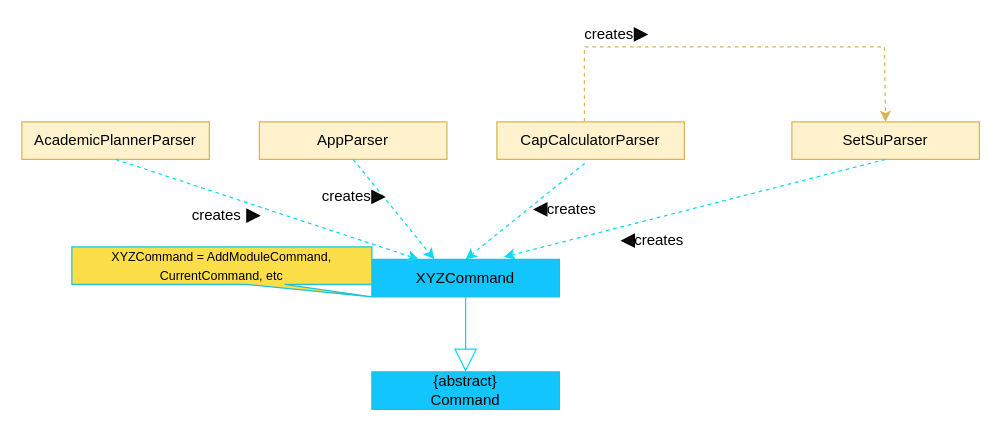
The draw.io diagram docs/base/Parser_architecture.drawio in vanessa-kang/tp, before the edit. Source tidied: cells renumbered, new cells numbered last; positions are measured from the earlier drawing's top-left corner, leaving out a move shared by most shapes. Both pictures are drawn from the tidied source at 125%, with x=0, y=0 at pixel (21, 21).
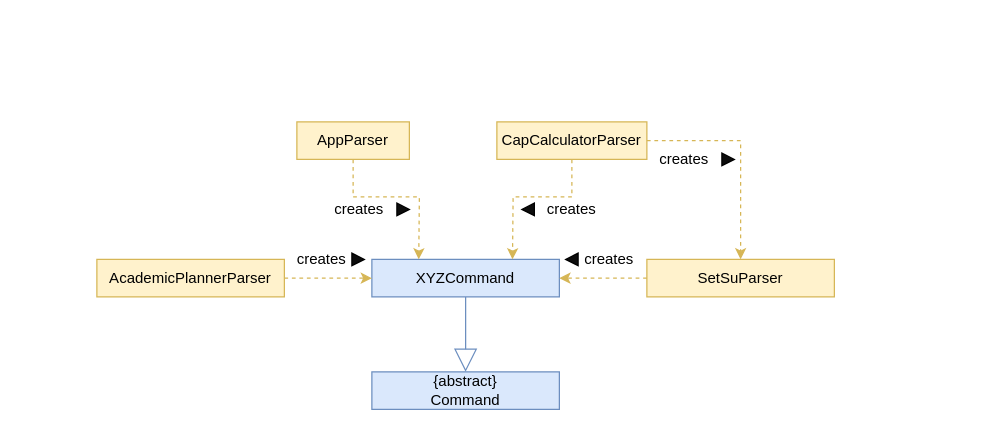
Above is the later version.

Commit message (it also covers changes not shown here):
Updated DG Diagram and PPP

Change to the diagram source:
```diff
@@
     <mxCell id="2" value="AppParser" style="rounded=0;whiteSpace=wrap;html=1;fillColor=#fff2cc;strokeColor=#d6b656;" parent="1" vertex="1">
-      <mxGeometry x="190" y="80" width="150" height="30" as="geometry" />
+      <mxGeometry x="220" y="80" width="90" height="30" as="geometry" />
     </mxCell>
     <mxCell id="3" value="AcademicPlannerParser" style="rounded=0;whiteSpace=wrap;html=1;fillColor=#fff2cc;strokeColor=#d6b656;" parent="1" vertex="1">
-      <mxGeometry y="80" width="150" height="30" as="geometry" />
+      <mxGeometry x="60" y="190" width="150" height="30" as="geometry" />
     </mxCell>
     <mxCell id="4" value="CapCalculatorParser" style="rounded=0;whiteSpace=wrap;html=1;fillColor=#fff2cc;strokeColor=#d6b656;" parent="1" vertex="1">
-      <mxGeometry x="380" y="80" width="150" height="30" as="geometry" />
+      <mxGeometry x="380" y="80" width="120" height="30" as="geometry" />
     </mxCell>
     <mxCell id="5" value="SetSuParser" style="rounded=0;whiteSpace=wrap;html=1;fillColor=#fff2cc;strokeColor=#d6b656;" parent="1" vertex="1">
-      <mxGeometry x="616" y="80" width="150" height="30" as="geometry" />
+      <mxGeometry x="500" y="190" width="150" height="30" as="geometry" />
     </mxCell>
-    <mxCell id="6" style="endArrow=classic;html=1;dashed=1;entryX=0.5;entryY=0;entryDx=0;entryDy=0;rounded=0;fillColor=#fff2cc;strokeColor=#d6b656;exitX=0.467;exitY=-0.012;exitDx=0;exitDy=0;exitPerimeter=0;" parent="1" edge="1" source="4" target="5">
+    <mxCell id="6" style="endArrow=classic;html=1;dashed=1;entryX=0.5;entryY=0;entryDx=0;entryDy=0;rounded=0;fillColor=#fff2cc;strokeColor=#d6b656;exitX=1;exitY=0.5;exitDx=0;exitDy=0;" parent="1" edge="1" source="4" target="5">
       <mxGeometry relative="1" as="geometry">
         <Array as="points">
-          <mxPoint x="450" y="20" />
-          <mxPoint x="690" y="20" />
+          <mxPoint x="575" y="95" />
         </Array>
       </mxGeometry>
     </mxCell>
-    <mxCell id="7" value="XYZCommand" style="rounded=0;whiteSpace=wrap;html=1;fillColor=#12C5FC;strokeColor=#1CC3D6;" parent="1" vertex="1">
+    <mxCell id="7" value="XYZCommand" style="rounded=0;whiteSpace=wrap;html=1;fillColor=#dae8fc;strokeColor=#6c8ebf;" parent="1" vertex="1">
       <mxGeometry x="280" y="190" width="150" height="30" as="geometry" />
     </mxCell>
-    <mxCell id="8" style="endArrow=classic;html=1;dashed=1;entryX=0.5;entryY=0;entryDx=0;entryDy=0;rounded=0;fillColor=#12E7FF;strokeColor=#0ED9F0;exitX=0.469;exitY=1.104;exitDx=0;exitDy=0;exitPerimeter=0;" parent="1" edge="1" source="4" target="7">
-      <mxGeometry relative="1" as="geometry" />
+    <mxCell id="8" style="endArrow=classic;html=1;dashed=1;rounded=0;fillColor=#fff2cc;strokeColor=#d6b656;exitX=0.5;exitY=1;exitDx=0;exitDy=0;entryX=0.75;entryY=0;entryDx=0;entryDy=0;" parent="1" edge="1" source="4" target="7">
+      <mxGeometry relative="1" as="geometry">
+        <Array as="points">
+          <mxPoint x="440" y="140" />
+          <mxPoint x="393" y="140" />
+        </Array>
+      </mxGeometry>
     </mxCell>
-    <mxCell id="9" style="endArrow=classic;html=1;dashed=1;entryX=0.704;entryY=-0.064;entryDx=0;entryDy=0;rounded=0;fillColor=#12E7FF;strokeColor=#0ED9F0;exitX=0.5;exitY=1;exitDx=0;exitDy=0;entryPerimeter=0;" parent="1" edge="1" source="5" target="7">
+    <mxCell id="9" style="endArrow=classic;html=1;dashed=1;entryX=1;entryY=0.5;entryDx=0;entryDy=0;rounded=0;fillColor=#fff2cc;strokeColor=#d6b656;exitX=0;exitY=0.5;exitDx=0;exitDy=0;" parent="1" edge="1" source="5" target="7">
       <mxGeometry relative="1" as="geometry" />
     </mxCell>
-    <mxCell id="10" style="endArrow=classic;html=1;dashed=1;entryX=0.5;entryY=0;entryDx=0;entryDy=0;rounded=0;fillColor=#12E7FF;strokeColor=#0ED9F0;exitX=0.5;exitY=1;exitDx=0;exitDy=0;" parent="1" edge="1" source="2">
+    <mxCell id="10" style="endArrow=classic;html=1;dashed=1;entryX=0.25;entryY=0;entryDx=0;entryDy=0;rounded=0;fillColor=#fff2cc;strokeColor=#d6b656;exitX=0.5;exitY=1;exitDx=0;exitDy=0;" parent="1" edge="1" source="2" target="7">
       <mxGeometry relative="1" as="geometry">
-        <mxPoint x="330" y="190" as="targetPoint" />
+        <Array as="points">
+          <mxPoint x="265" y="140" />
+          <mxPoint x="318" y="140" />
+        </Array>
       </mxGeometry>
     </mxCell>
-    <mxCell id="11" style="endArrow=classic;html=1;dashed=1;entryX=0.25;entryY=0;entryDx=0;entryDy=0;rounded=0;fillColor=#12E7FF;strokeColor=#0ED9F0;exitX=0.5;exitY=1;exitDx=0;exitDy=0;" parent="1" edge="1" source="3" target="7">
+    <mxCell id="11" style="endArrow=classic;html=1;dashed=1;entryX=0;entryY=0.5;entryDx=0;entryDy=0;rounded=0;fillColor=#fff2cc;strokeColor=#d6b656;exitX=1;exitY=0.5;exitDx=0;exitDy=0;" parent="1" edge="1" source="3" target="7">
       <mxGeometry relative="1" as="geometry" />
     </mxCell>
     <mxCell id="12" style="triangle;whiteSpace=wrap;html=1;fillColor=#0D0D0D;" parent="1" vertex="1">
-      <mxGeometry x="180" y="150" width="10" height="10" as="geometry" />
+      <mxGeometry x="264" y="185" width="10" height="10" as="geometry" />
     </mxCell>
     <mxCell id="13" value="creates" style="text;html=1;strokeColor=none;fillColor=none;align=center;verticalAlign=middle;whiteSpace=wrap;rounded=0;" parent="1" vertex="1">
-      <mxGeometry x="136" y="145" width="40" height="20" as="geometry" />
+      <mxGeometry x="220" y="180" width="40" height="20" as="geometry" />
     </mxCell>
     <mxCell id="14" value="creates" style="text;html=1;strokeColor=none;fillColor=none;align=center;verticalAlign=middle;whiteSpace=wrap;rounded=0;" parent="1" vertex="1">
-      <mxGeometry x="450" width="40" height="20" as="geometry" />
+      <mxGeometry x="510" y="100" width="40" height="20" as="geometry" />
     </mxCell>
     <mxCell id="15" value="creates" style="text;html=1;strokeColor=none;fillColor=none;align=center;verticalAlign=middle;whiteSpace=wrap;rounded=0;" parent="1" vertex="1">
-      <mxGeometry x="490" y="165" width="40" height="20" as="geometry" />
+      <mxGeometry x="450" y="185" width="40" height="10" as="geometry" />
     </mxCell>
@@
     <mxCell id="17" value="creates" style="text;html=1;strokeColor=none;fillColor=none;align=center;verticalAlign=middle;whiteSpace=wrap;rounded=0;" parent="1" vertex="1">
-      <mxGeometry x="240" y="130" width="40" height="20" as="geometry" />
+      <mxGeometry x="250" y="140" width="40" height="20" as="geometry" />
     </mxCell>
     <mxCell id="18" style="triangle;whiteSpace=wrap;html=1;fillColor=#0D0D0D;" parent="1" vertex="1">
-      <mxGeometry x="490" y="5" width="10" height="10" as="geometry" />
+      <mxGeometry x="560" y="105" width="10" height="10" as="geometry" />
     </mxCell>
     <mxCell id="19" style="triangle;whiteSpace=wrap;html=1;fillColor=#0D0D0D;rotation=-180;" parent="1" vertex="1">
-      <mxGeometry x="480" y="170" width="10" height="10" as="geometry" />
+      <mxGeometry x="435" y="185" width="10" height="10" as="geometry" />
     </mxCell>
     <mxCell id="20" style="triangle;whiteSpace=wrap;html=1;fillColor=#0D0D0D;rotation=-180;" parent="1" vertex="1">
-      <mxGeometry x="410" y="145" width="10" height="10" as="geometry" />
+      <mxGeometry x="400" y="145" width="10" height="10" as="geometry" />
     </mxCell>
     <mxCell id="21" style="triangle;whiteSpace=wrap;html=1;fillColor=#0D0D0D;" parent="1" vertex="1">
-      <mxGeometry x="280" y="135" width="10" height="10" as="geometry" />
+      <mxGeometry x="300" y="145" width="10" height="10" as="geometry" />
     </mxCell>
-    <mxCell id="22" value="{abstract}&lt;br&gt;Command" style="rounded=0;whiteSpace=wrap;html=1;fillColor=#12C5FC;strokeColor=#1CC3D6;" parent="1" vertex="1">
+    <mxCell id="22" value="{abstract}&lt;br&gt;Command" style="rounded=0;whiteSpace=wrap;html=1;fillColor=#dae8fc;strokeColor=#6c8ebf;" parent="1" vertex="1">
       <mxGeometry x="280" y="280" width="150" height="30" as="geometry" />
     </mxCell>
-    <mxCell id="23" style="endArrow=block;endSize=16;endFill=0;html=1;strokeColor=#0ED9F0;fillColor=#12E7FF;exitX=0.5;exitY=1;exitDx=0;exitDy=0;" parent="1" edge="1" source="7" target="22">
+    <mxCell id="23" style="endArrow=block;endSize=16;endFill=0;html=1;strokeColor=#6c8ebf;fillColor=#dae8fc;exitX=0.5;exitY=1;exitDx=0;exitDy=0;" parent="1" edge="1" source="7" target="22">
       <mxGeometry relative="1" as="geometry" />
     </mxCell>
-    <mxCell id="24" value="&lt;font style=&quot;font-size: 10px&quot;&gt;XYZCommand = AddModuleCommand, CurrentCommand, etc&lt;/font&gt;" style="shape=callout;whiteSpace=wrap;html=1;perimeter=calloutPerimeter;strokeColor=#1CC3D6;fillColor=#FCDE49;rotation=0;base=31;size=10;position=0.58;position2=1;" parent="1" vertex="1">
-      <mxGeometry x="40" y="180" width="240" height="40" as="geometry" />
-    </mxCell>
```
